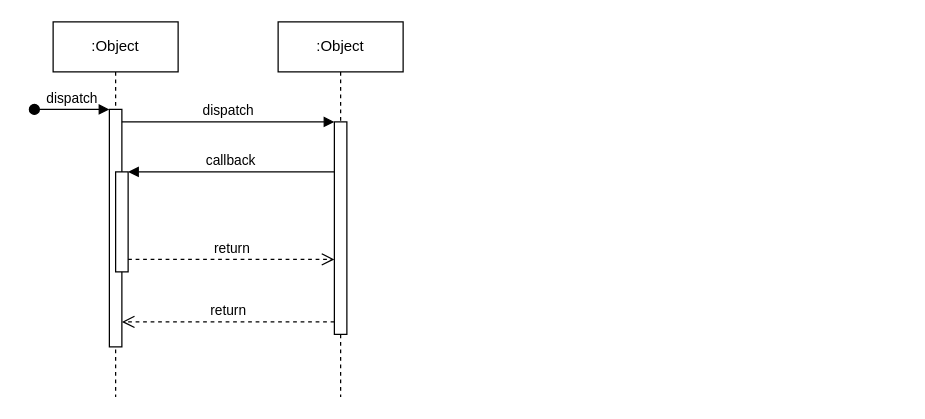
The draw.io diagram MindMatchSequenceDiagram.drawio in azukailonzo/azukailonzo, before the edit. Source tidied: cells renumbered, new cells numbered last; positions are measured from the earlier drawing's top-left corner, leaving out a move shared by most shapes. Both pictures are drawn from the tidied source at 125%, with x=0, y=0 at pixel (34, 21).
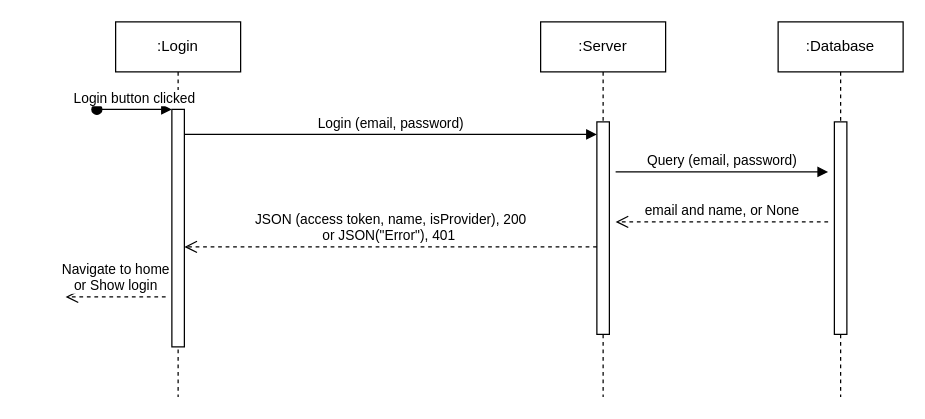
The same page after the edit.

Unchanged cells that the change refers to:
```xml
<mxCell id="3" style="html=1;points=[];perimeter=orthogonalPerimeter;outlineConnect=0;targetShapes=umlLifeline;portConstraint=eastwest;newEdgeStyle={&quot;edgeStyle&quot;:&quot;elbowEdgeStyle&quot;,&quot;elbow&quot;:&quot;vertical&quot;,&quot;curved&quot;:0,&quot;rounded&quot;:0};" parent="2" vertex="1">
  <mxGeometry x="45" y="70" width="10" height="190" as="geometry" />
</mxCell>
<mxCell id="7" style="html=1;points=[];perimeter=orthogonalPerimeter;outlineConnect=0;targetShapes=umlLifeline;portConstraint=eastwest;newEdgeStyle={&quot;edgeStyle&quot;:&quot;elbowEdgeStyle&quot;,&quot;elbow&quot;:&quot;vertical&quot;,&quot;curved&quot;:0,&quot;rounded&quot;:0};" parent="6" vertex="1">
  <mxGeometry x="45" y="80" width="10" height="170" as="geometry" />
</mxCell>
```

What changed in the source:
```diff
@@
-    <mxCell id="2" value=":Object" style="shape=umlLifeline;perimeter=lifelinePerimeter;whiteSpace=wrap;html=1;newEdgeStyle={&quot;edgeStyle&quot;:&quot;elbowEdgeStyle&quot;,&quot;elbow&quot;:&quot;vertical&quot;,&quot;curved&quot;:0,&quot;rounded&quot;:0};" parent="1" vertex="1">
-      <mxGeometry x="15" width="100" height="300" as="geometry" />
+    <mxCell id="2" value=":Login" style="shape=umlLifeline;perimeter=lifelinePerimeter;whiteSpace=wrap;html=1;newEdgeStyle={&quot;edgeStyle&quot;:&quot;elbowEdgeStyle&quot;,&quot;elbow&quot;:&quot;vertical&quot;,&quot;curved&quot;:0,&quot;rounded&quot;:0};" parent="1" vertex="1">
+      <mxGeometry x="65" width="100" height="300" as="geometry" />
     </mxCell>
@@
-    <mxCell id="4" value="dispatch" style="html=1;verticalAlign=bottom;startArrow=oval;endArrow=block;startSize=8;edgeStyle=elbowEdgeStyle;elbow=vertical;curved=0;rounded=0;" parent="2" edge="1" target="3">
+    <mxCell id="4" value="Login button clicked" style="html=1;verticalAlign=bottom;startArrow=oval;endArrow=block;startSize=8;edgeStyle=elbowEdgeStyle;elbow=vertical;curved=0;rounded=0;" parent="2" edge="1" target="3">
       <mxGeometry relative="1" as="geometry">
         <mxPoint x="-15" y="70" as="sourcePoint" />
       </mxGeometry>
     </mxCell>
-    <mxCell id="5" style="html=1;points=[];perimeter=orthogonalPerimeter;outlineConnect=0;targetShapes=umlLifeline;portConstraint=eastwest;newEdgeStyle={&quot;edgeStyle&quot;:&quot;elbowEdgeStyle&quot;,&quot;elbow&quot;:&quot;vertical&quot;,&quot;curved&quot;:0,&quot;rounded&quot;:0};" parent="2" vertex="1">
-      <mxGeometry x="50" y="120" width="10" height="80" as="geometry" />
-    </mxCell>
-    <mxCell id="6" value=":Object" style="shape=umlLifeline;perimeter=lifelinePerimeter;whiteSpace=wrap;html=1;newEdgeStyle={&quot;edgeStyle&quot;:&quot;elbowEdgeStyle&quot;,&quot;elbow&quot;:&quot;vertical&quot;,&quot;curved&quot;:0,&quot;rounded&quot;:0};" parent="1" vertex="1">
-      <mxGeometry x="195" width="100" height="300" as="geometry" />
+    <mxCell id="6" value=":Server" style="shape=umlLifeline;perimeter=lifelinePerimeter;whiteSpace=wrap;html=1;newEdgeStyle={&quot;edgeStyle&quot;:&quot;elbowEdgeStyle&quot;,&quot;elbow&quot;:&quot;vertical&quot;,&quot;curved&quot;:0,&quot;rounded&quot;:0};" parent="1" vertex="1">
+      <mxGeometry x="405" width="100" height="300" as="geometry" />
     </mxCell>
@@
-    <mxCell id="8" value="dispatch" style="html=1;verticalAlign=bottom;endArrow=block;edgeStyle=elbowEdgeStyle;elbow=vertical;curved=0;rounded=0;" parent="1" edge="1" source="3" target="7">
+    <mxCell id="8" value="Login (email, password)" style="html=1;verticalAlign=bottom;endArrow=block;edgeStyle=elbowEdgeStyle;elbow=vertical;curved=0;rounded=0;" parent="1" edge="1" source="3" target="7">
       <mxGeometry relative="1" as="geometry">
         <Array as="points">
+          <mxPoint x="195" y="90" />
+          <mxPoint x="135" y="120" />
           <mxPoint x="155" y="80" />
         </Array>
       </mxGeometry>
     </mxCell>
-    <mxCell id="9" value="return" style="html=1;verticalAlign=bottom;endArrow=open;dashed=1;endSize=8;edgeStyle=elbowEdgeStyle;elbow=vertical;curved=0;rounded=0;" parent="1" edge="1" source="7" target="3">
+    <mxCell id="9" value="JSON (access token, name, isProvider), 200 &lt;br&gt;or JSON(&quot;Error&quot;), 401&amp;nbsp;" style="html=1;verticalAlign=bottom;endArrow=open;dashed=1;endSize=8;edgeStyle=elbowEdgeStyle;elbow=vertical;curved=0;rounded=0;" parent="1" edge="1" source="7" target="3">
       <mxGeometry relative="1" as="geometry">
         <Array as="points">
+          <mxPoint x="145" y="180" />
           <mxPoint x="165" y="240" />
         </Array>
       </mxGeometry>
     </mxCell>
-    <mxCell id="10" value="callback" style="html=1;verticalAlign=bottom;endArrow=block;edgeStyle=elbowEdgeStyle;elbow=vertical;curved=0;rounded=0;" parent="1" edge="1" source="7" target="5">
-      <mxGeometry relative="1" as="geometry">
-        <Array as="points">
-          <mxPoint x="165" y="120" />
-        </Array>
-      </mxGeometry>
-    </mxCell>
-    <mxCell id="11" value="return" style="html=1;verticalAlign=bottom;endArrow=open;dashed=1;endSize=8;edgeStyle=elbowEdgeStyle;elbow=vertical;curved=0;rounded=0;" parent="1" edge="1" source="5" target="7">
-      <mxGeometry relative="1" as="geometry">
-        <Array as="points">
-          <mxPoint x="155" y="190" />
-        </Array>
-      </mxGeometry>
-    </mxCell>
+    <mxCell id="12" value=":Database" style="shape=umlLifeline;perimeter=lifelinePerimeter;whiteSpace=wrap;html=1;newEdgeStyle={&quot;edgeStyle&quot;:&quot;elbowEdgeStyle&quot;,&quot;elbow&quot;:&quot;vertical&quot;,&quot;curved&quot;:0,&quot;rounded&quot;:0};" parent="1" vertex="1">
+      <mxGeometry x="595" width="100" height="300" as="geometry" />
+    </mxCell>
+    <mxCell id="13" style="html=1;perimeter=orthogonalPerimeter;targetShapes=umlLifeline;newEdgeStyle={&quot;edgeStyle&quot;:&quot;elbowEdgeStyle&quot;,&quot;elbow&quot;:&quot;vertical&quot;,&quot;curved&quot;:0,&quot;rounded&quot;:0};" parent="12" vertex="1">
+      <mxGeometry x="45" y="80" width="10" height="170" as="geometry" />
+    </mxCell>
+    <mxCell id="14" value="Query (email, password)" style="html=1;verticalAlign=bottom;endArrow=block;edgeStyle=elbowEdgeStyle;elbow=vertical;curved=0;rounded=0;" parent="1" edge="1">
+      <mxGeometry relative="1" as="geometry">
+        <mxPoint x="465" y="120" as="sourcePoint" />
+        <mxPoint x="635" y="120" as="targetPoint" />
+        <Array as="points">
+          <mxPoint x="530" y="120" />
+          <mxPoint x="550" y="80" />
+        </Array>
+      </mxGeometry>
+    </mxCell>
+    <mxCell id="15" value="email and name, or None" style="html=1;verticalAlign=bottom;endArrow=open;dashed=1;endSize=8;edgeStyle=elbowEdgeStyle;elbow=vertical;curved=0;rounded=0;" parent="1" edge="1">
+      <mxGeometry relative="1" as="geometry">
+        <mxPoint x="635" y="160" as="sourcePoint" />
+        <mxPoint x="465" y="160" as="targetPoint" />
+        <Array as="points">
+          <mxPoint x="540" y="160" />
+          <mxPoint x="560" y="220" />
+        </Array>
+      </mxGeometry>
+    </mxCell>
+    <mxCell id="16" value="Navigate to home &lt;br&gt;or Show login" style="html=1;verticalAlign=bottom;endArrow=open;dashed=1;endSize=8;edgeStyle=elbowEdgeStyle;elbow=vertical;curved=0;rounded=0;" parent="1" edge="1">
+      <mxGeometry relative="1" as="geometry">
+        <mxPoint x="105" y="220" as="sourcePoint" />
+        <mxPoint x="25" y="220" as="targetPoint" />
+      </mxGeometry>
+    </mxCell>
```
